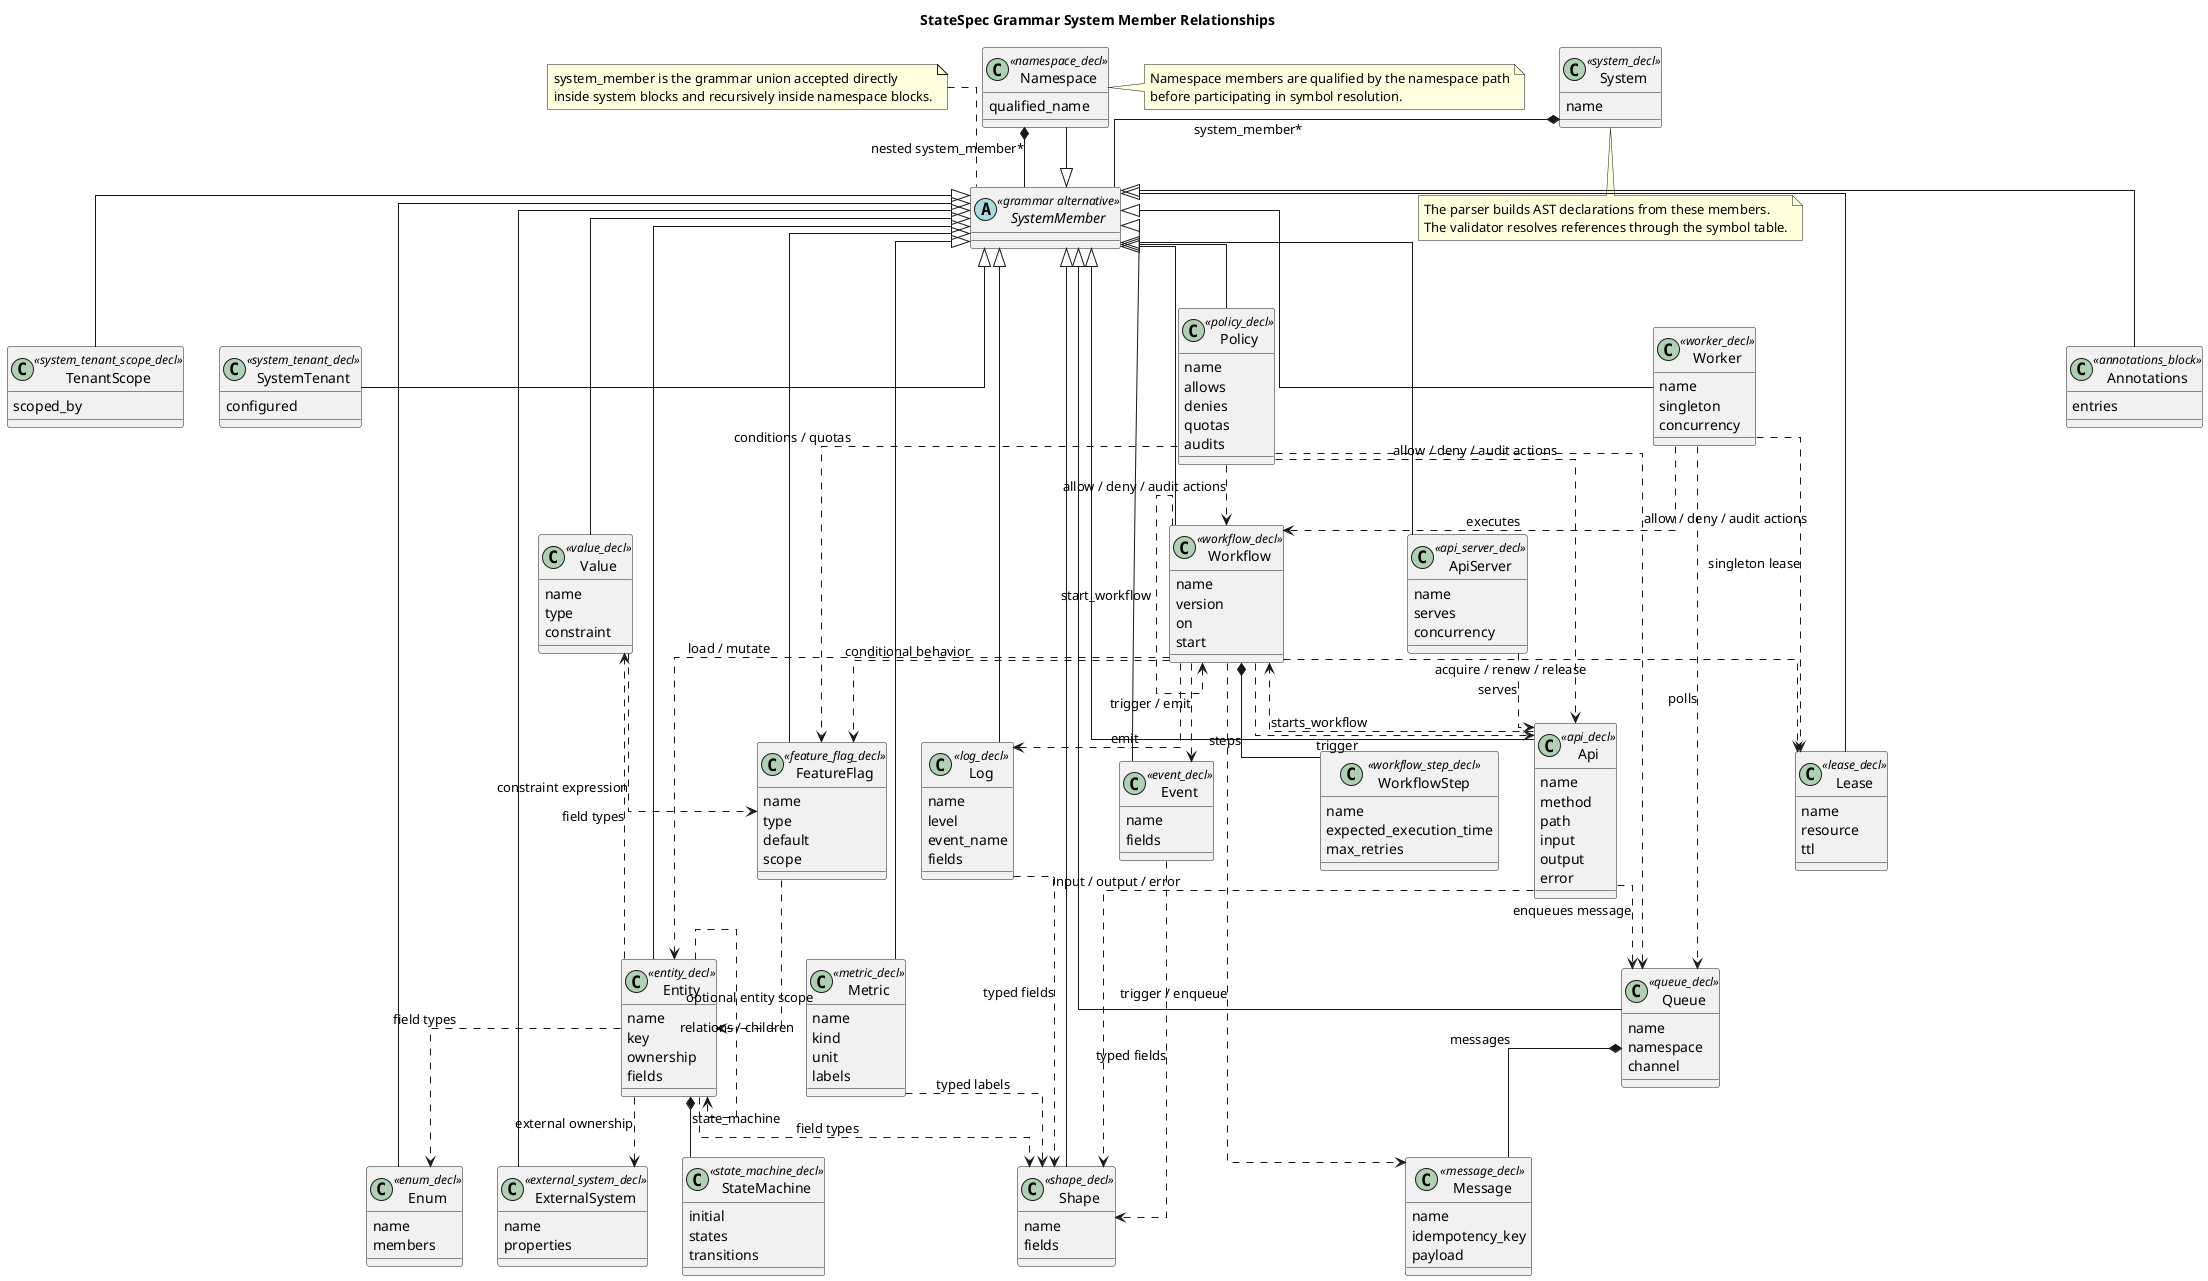
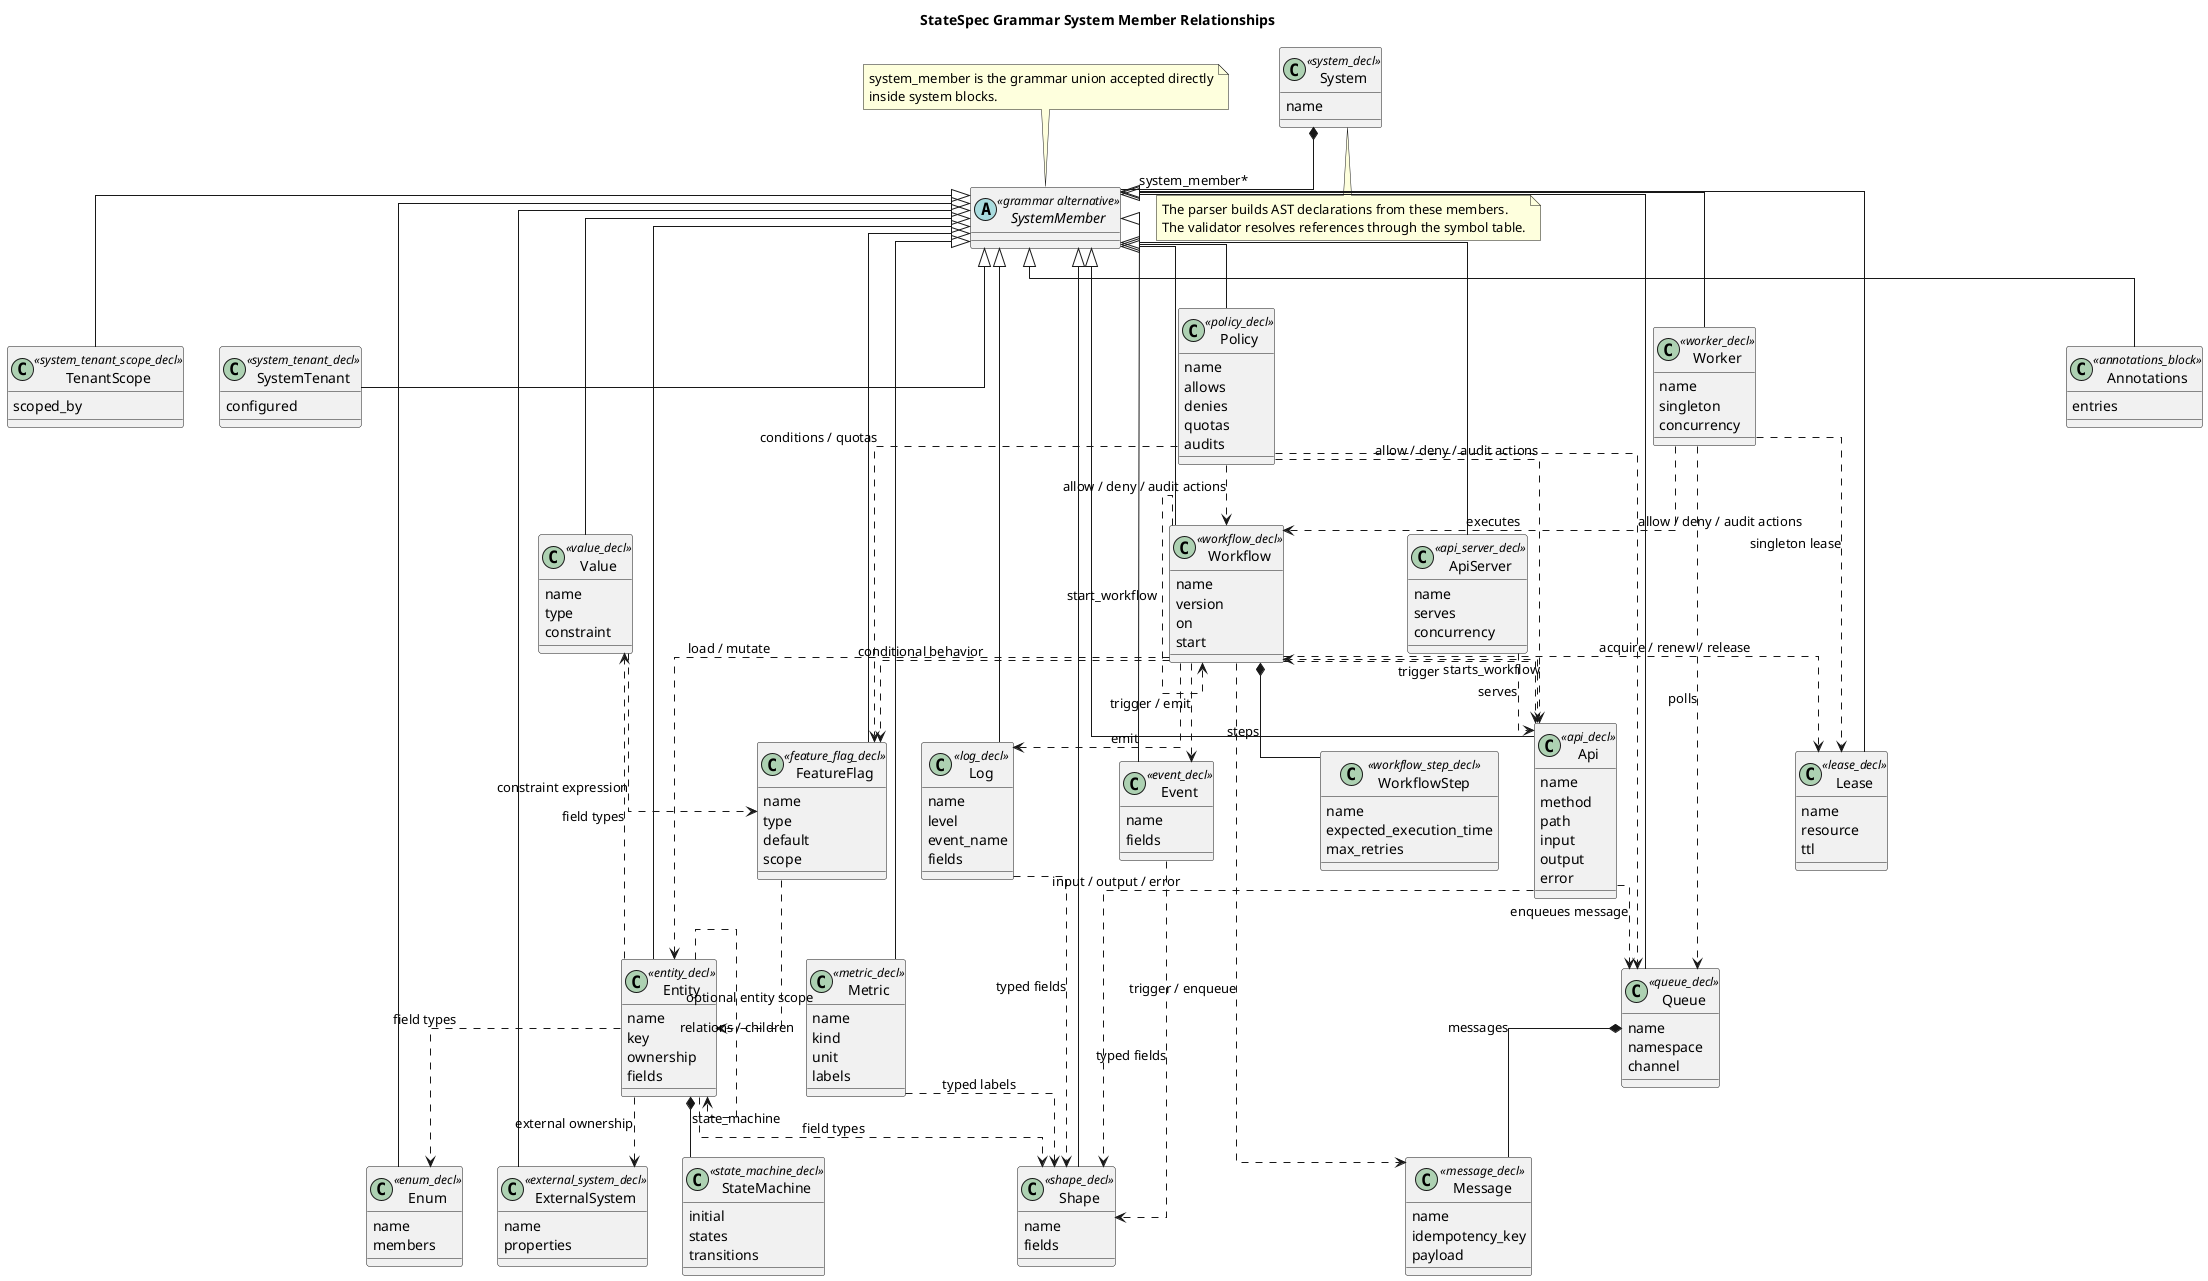
@startuml
title StateSpec Grammar System Member Relationships

skinparam shadowing false
skinparam linetype ortho
skinparam packageStyle rectangle
skinparam classAttributeIconSize 0

class System <<system_decl>> {
  name
}

abstract class SystemMember <<grammar alternative>>

class TenantScope <<system_tenant_scope_decl>> {
  scoped_by
}

class SystemTenant <<system_tenant_decl>> {
  configured
- }
- 
- class Namespace <<namespace_decl>> {
-   qualified_name
}

class Value <<value_decl>> {
  name
  type
  constraint
}

class Enum <<enum_decl>> {
  name
  members
}

class Shape <<shape_decl>> {
  name
  fields
}

class ExternalSystem <<external_system_decl>> {
  name
  properties
}

class FeatureFlag <<feature_flag_decl>> {
  name
  type
  default
  scope
}

class Log <<log_decl>> {
  name
  level
  event_name
  fields
}

class Metric <<metric_decl>> {
  name
  kind
  unit
  labels
}

class Entity <<entity_decl>> {
  name
  key
  ownership
  fields
}

class StateMachine <<state_machine_decl>> {
  initial
  states
  transitions
}

class Event <<event_decl>> {
  name
  fields
}

class Queue <<queue_decl>> {
  name
  namespace
  channel
}

class Message <<message_decl>> {
  name
  idempotency_key
  payload
}

class Lease <<lease_decl>> {
  name
  resource
  ttl
}

class Worker <<worker_decl>> {
  name
  singleton
  concurrency
}

class ApiServer <<api_server_decl>> {
  name
  serves
  concurrency
}

class Api <<api_decl>> {
  name
  method
  path
  input
  output
  error
}

class Workflow <<workflow_decl>> {
  name
  version
  on
  start
}

class WorkflowStep <<workflow_step_decl>> {
  name
  expected_execution_time
  max_retries
}

class Policy <<policy_decl>> {
  name
  allows
  denies
  quotas
  audits
}

class Annotations <<annotations_block>> {
  entries
}

System *-- SystemMember : system_member*
- Namespace *-- SystemMember : nested system_member*

SystemMember <|-- TenantScope
SystemMember <|-- SystemTenant
- SystemMember <|-- Namespace
SystemMember <|-- Value
SystemMember <|-- Enum
SystemMember <|-- Shape
SystemMember <|-- ExternalSystem
SystemMember <|-- FeatureFlag
SystemMember <|-- Log
SystemMember <|-- Metric
SystemMember <|-- Entity
SystemMember <|-- Event
SystemMember <|-- Queue
SystemMember <|-- Lease
SystemMember <|-- Worker
SystemMember <|-- ApiServer
SystemMember <|-- Api
SystemMember <|-- Workflow
SystemMember <|-- Policy
SystemMember <|-- Annotations

Entity *-- StateMachine : state_machine
Queue *-- Message : messages
Workflow *-- WorkflowStep : steps

Value ..> FeatureFlag : constraint expression
FeatureFlag ..> Entity : optional entity scope
Log ..> Shape : typed fields
Metric ..> Shape : typed labels
Event ..> Shape : typed fields

Entity ..> Entity : relations / children
Entity ..> ExternalSystem : external ownership
Entity ..> Value : field types
Entity ..> Enum : field types
Entity ..> Shape : field types

ApiServer ..> Api : serves
Api ..> Workflow : starts_workflow
Api ..> Queue : enqueues message
Api ..> Shape : input / output / error

Workflow ..> Api : trigger
Workflow ..> Event : trigger / emit
Workflow ..> Message : trigger / enqueue
Workflow ..> Entity : load / mutate
Workflow ..> Lease : acquire / renew / release
Workflow ..> Workflow : start_workflow
Workflow ..> Log : emit
Workflow ..> FeatureFlag : conditional behavior

Worker ..> Queue : polls
Worker ..> Lease : singleton lease
Worker ..> Workflow : executes

Policy ..> Api : allow / deny / audit actions
Policy ..> Workflow : allow / deny / audit actions
Policy ..> Queue : allow / deny / audit actions
Policy ..> FeatureFlag : conditions / quotas

note top of SystemMember
system_member is the grammar union accepted directly
- inside system blocks and recursively inside namespace blocks.
- end note
- 
- note right of Namespace
- Namespace members are qualified by the namespace path
- before participating in symbol resolution.
+ inside system blocks.
end note

note bottom of System
The parser builds AST declarations from these members.
The validator resolves references through the symbol table.
end note

@enduml
